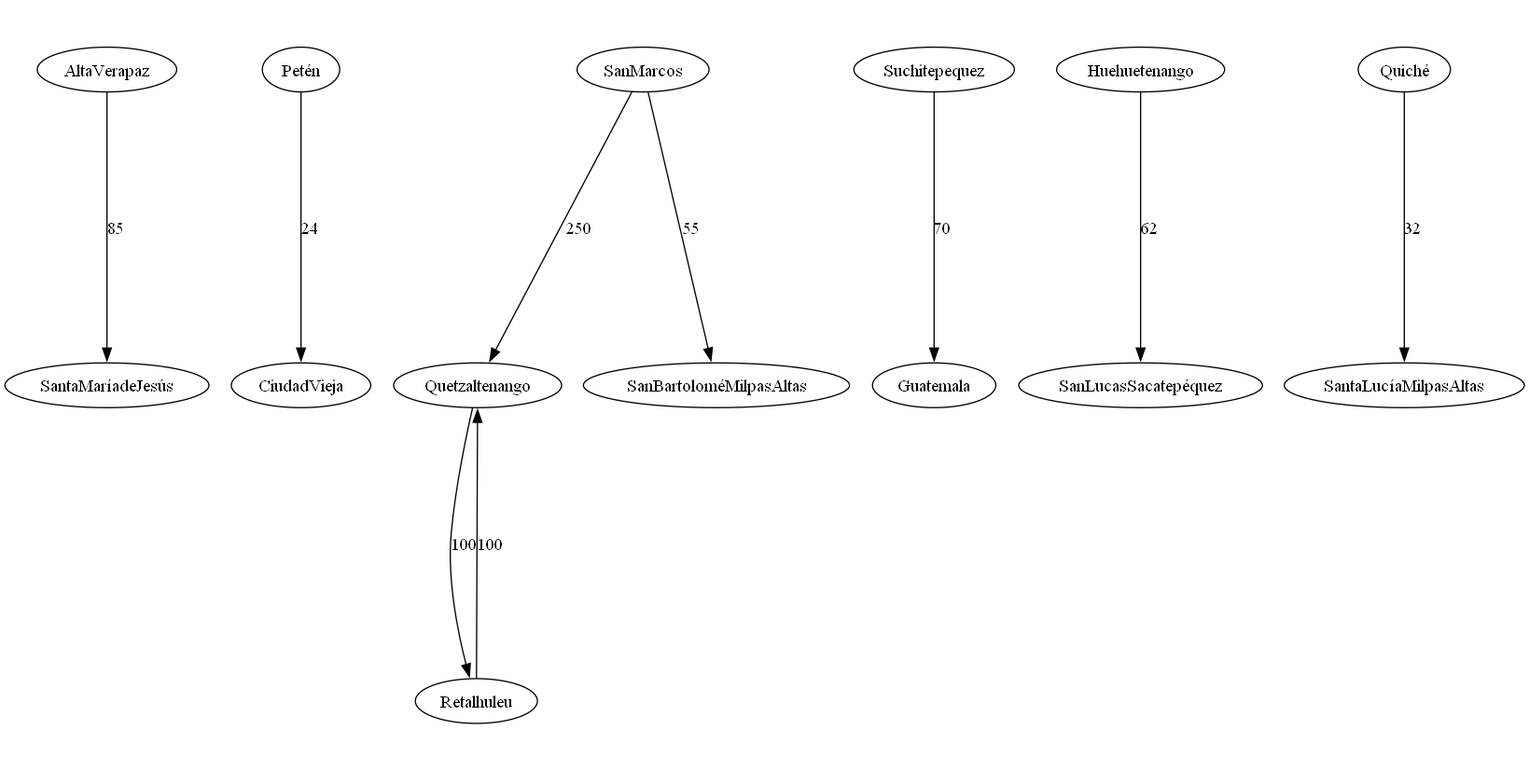
Earlier version of the Graphviz export TravelMap/grafo.png (Marco131-xel/TravelMap_GT). Its source is kept beside it as TravelMap/grafo.dot.
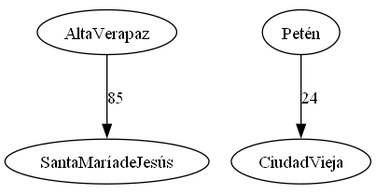
The same file after the commit.

What changed in the source:
```diff
@@ -2,11 +2,4 @@
 graph [ratio=0.5];
   "AltaVerapaz" -> "SantaMaríadeJesús" [label="85"];
   "Petén" -> "CiudadVieja" [label="24"];
-  "Quetzaltenango" -> "Retalhuleu" [label="100"];
-  "Retalhuleu" -> "Quetzaltenango" [label="100"];
-  "SanMarcos" -> "Quetzaltenango" [label="250"];
-  "Suchitepequez" -> "Guatemala" [label="70"];
-  "SanMarcos" -> "SanBartoloméMilpasAltas" [label="55"];
-  "Huehuetenango" -> "SanLucasSacatepéquez" [label="62"];
-  "Quiché" -> "SantaLucíaMilpasAltas" [label="32"];
 }
```
